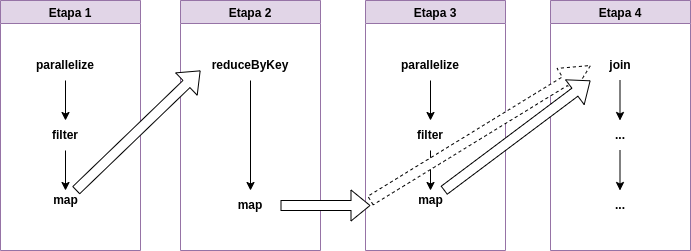
The draw.io diagram img/plan.png in MonikaJassova/monikajassova.github.io, before a commit. Source tidied: cells renumbered, new cells last; positions are measured from the earlier drawing's top-left corner, leaving out a move shared by most shapes. The source it was exported from:
```xml
<mxGraphModel>
  <root>
    <mxCell id="0" />
    <mxCell id="1" parent="0" />
    <mxCell id="2" value="Etapa 1" style="swimlane;fillColor=#e1d5e7;strokeColor=#9673a6;swimlaneFillColor=default;startSize=23;" parent="1" vertex="1">
      <mxGeometry width="140" height="250" as="geometry" />
    </mxCell>
    <mxCell id="3" style="edgeStyle=orthogonalEdgeStyle;rounded=0;jettySize=auto;html=1;entryX=0.5;entryY=0;entryDx=0;entryDy=0;" parent="2" edge="1" source="4" target="6">
      <mxGeometry relative="1" as="geometry" />
    </mxCell>
    <mxCell id="4" value="parallelize" style="text;html=1;strokeColor=none;fillColor=none;align=center;verticalAlign=middle;whiteSpace=wrap;rounded=0;fontStyle=1;" parent="2" vertex="1">
      <mxGeometry x="35" y="50" width="60" height="30" as="geometry" />
    </mxCell>
    <mxCell id="5" style="edgeStyle=orthogonalEdgeStyle;rounded=0;jettySize=auto;html=1;" parent="2" edge="1" source="6" target="7">
      <mxGeometry relative="1" as="geometry" />
    </mxCell>
    <mxCell id="6" value="filter" style="text;html=1;strokeColor=none;fillColor=none;align=center;verticalAlign=middle;whiteSpace=wrap;rounded=0;fontStyle=1;" parent="2" vertex="1">
      <mxGeometry x="35" y="120" width="60" height="30" as="geometry" />
    </mxCell>
    <mxCell id="7" value="map" style="text;html=1;align=center;verticalAlign=middle;points=[];strokeColor=none;fillColor=none;fontStyle=1;" parent="2" vertex="1">
      <mxGeometry x="45" y="190" width="40" height="20" as="geometry" />
    </mxCell>
    <mxCell id="8" value="Etapa 2" style="swimlane;fillColor=#e1d5e7;strokeColor=#9673a6;swimlaneFillColor=default;" parent="1" vertex="1">
      <mxGeometry x="180" width="140" height="250" as="geometry" />
    </mxCell>
    <mxCell id="9" style="edgeStyle=none;rounded=0;jettySize=auto;html=1;" parent="8" edge="1" source="10" target="11">
      <mxGeometry relative="1" as="geometry" />
    </mxCell>
    <mxCell id="10" value="reduceByKey" style="text;html=1;strokeColor=none;fillColor=none;align=center;verticalAlign=middle;whiteSpace=wrap;rounded=0;fontStyle=1;" parent="8" vertex="1">
      <mxGeometry x="40" y="50" width="60" height="30" as="geometry" />
    </mxCell>
    <mxCell id="11" value="map" style="text;html=1;strokeColor=none;fillColor=none;align=center;verticalAlign=middle;whiteSpace=wrap;rounded=0;fontStyle=1;" parent="8" vertex="1">
      <mxGeometry x="40" y="190" width="60" height="30" as="geometry" />
    </mxCell>
    <mxCell id="12" style="rounded=0;jettySize=auto;html=1;shape=flexArrow;strokeWidth=1;fillColor=default;" parent="1" edge="1" source="7">
      <mxGeometry relative="1" as="geometry">
        <mxPoint x="200" y="70" as="targetPoint" />
      </mxGeometry>
    </mxCell>
    <mxCell id="13" value="Etapa 4" style="swimlane;fillColor=#e1d5e7;strokeColor=#9673a6;fontFamily=Helvetica;labelBackgroundColor=none;labelBorderColor=none;gradientColor=none;swimlaneFillColor=default;swimlaneLine=1;" parent="1" vertex="1">
      <mxGeometry x="550" width="140" height="250" as="geometry" />
    </mxCell>
    <mxCell id="14" value="join" style="text;html=1;strokeColor=none;fillColor=none;align=center;verticalAlign=middle;whiteSpace=wrap;rounded=0;fontStyle=1;" parent="13" vertex="1">
      <mxGeometry x="40" y="50" width="60" height="30" as="geometry" />
    </mxCell>
    <mxCell id="15" style="edgeStyle=orthogonalEdgeStyle;rounded=0;orthogonalLoop=1;jettySize=auto;html=1;entryX=0.5;entryY=0;entryDx=0;entryDy=0;" parent="13" edge="1">
      <mxGeometry relative="1" as="geometry">
        <mxPoint x="69.5" y="80" as="sourcePoint" />
        <mxPoint x="69.5" y="120" as="targetPoint" />
      </mxGeometry>
    </mxCell>
    <mxCell id="16" style="edgeStyle=orthogonalEdgeStyle;rounded=0;orthogonalLoop=1;jettySize=auto;html=1;entryX=0.5;entryY=0;entryDx=0;entryDy=0;" parent="13" edge="1">
      <mxGeometry relative="1" as="geometry">
        <mxPoint x="69.5" y="150" as="sourcePoint" />
        <mxPoint x="69.5" y="190" as="targetPoint" />
      </mxGeometry>
    </mxCell>
    <mxCell id="17" value="..." style="text;html=1;strokeColor=none;fillColor=none;align=center;verticalAlign=middle;whiteSpace=wrap;rounded=0;fontStyle=1;" parent="13" vertex="1">
      <mxGeometry x="40" y="120" width="60" height="30" as="geometry" />
    </mxCell>
    <mxCell id="18" value="..." style="text;html=1;strokeColor=none;fillColor=none;align=center;verticalAlign=middle;whiteSpace=wrap;rounded=0;fontStyle=1;" parent="13" vertex="1">
      <mxGeometry x="40" y="190" width="60" height="30" as="geometry" />
    </mxCell>
    <mxCell id="19" value="Etapa 3" style="swimlane;fillColor=#e1d5e7;strokeColor=#9673a6;swimlaneFillColor=default;" parent="1" vertex="1">
      <mxGeometry x="365" width="140" height="250" as="geometry" />
    </mxCell>
    <mxCell id="20" style="edgeStyle=orthogonalEdgeStyle;rounded=0;jettySize=auto;html=1;entryX=0.5;entryY=0;entryDx=0;entryDy=0;" parent="19" edge="1" source="21" target="23">
      <mxGeometry relative="1" as="geometry" />
    </mxCell>
    <mxCell id="21" value="parallelize" style="text;html=1;strokeColor=none;fillColor=none;align=center;verticalAlign=middle;whiteSpace=wrap;rounded=0;fontStyle=1;" parent="19" vertex="1">
      <mxGeometry x="35" y="50" width="60" height="30" as="geometry" />
    </mxCell>
    <mxCell id="22" style="edgeStyle=orthogonalEdgeStyle;rounded=0;jettySize=auto;html=1;" parent="19" edge="1" source="23" target="24">
      <mxGeometry relative="1" as="geometry" />
    </mxCell>
    <mxCell id="23" value="filter" style="text;html=1;strokeColor=none;fillColor=none;align=center;verticalAlign=middle;whiteSpace=wrap;rounded=0;fontStyle=1;" parent="19" vertex="1">
      <mxGeometry x="35" y="120" width="60" height="30" as="geometry" />
    </mxCell>
    <mxCell id="24" value="map" style="text;html=1;align=center;verticalAlign=middle;points=[];strokeColor=none;fillColor=none;fontStyle=1;" parent="19" vertex="1">
      <mxGeometry x="45" y="190" width="40" height="20" as="geometry" />
    </mxCell>
    <mxCell id="25" style="edgeStyle=none;rounded=0;jettySize=auto;html=1;entryX=0;entryY=0.5;entryDx=0;entryDy=0;dashed=1;shape=arrow;fillColor=default;" parent="1" edge="1" target="14">
      <mxGeometry relative="1" as="geometry">
        <mxPoint x="370" y="200" as="sourcePoint" />
      </mxGeometry>
    </mxCell>
    <mxCell id="26" style="edgeStyle=none;rounded=0;jettySize=auto;html=1;entryX=0;entryY=1;entryDx=0;entryDy=0;shape=flexArrow;fillColor=default;" parent="1" edge="1" source="24" target="14">
      <mxGeometry relative="1" as="geometry" />
    </mxCell>
    <mxCell id="27" style="edgeStyle=none;rounded=0;jettySize=auto;html=1;strokeWidth=1;shadow=0;sketch=0;shape=flexArrow;fillColor=default;" parent="1" edge="1" source="11">
      <mxGeometry relative="1" as="geometry">
        <mxPoint x="370" y="205" as="targetPoint" />
      </mxGeometry>
    </mxCell>
  </root>
</mxGraphModel>
```
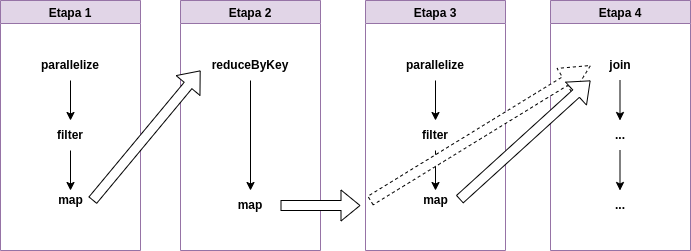
Later version of the same file.

Change to the diagram source:
```diff
@@ -9,16 +9,16 @@
       <mxGeometry relative="1" as="geometry" />
     </mxCell>
     <mxCell id="4" value="parallelize" style="text;html=1;strokeColor=none;fillColor=none;align=center;verticalAlign=middle;whiteSpace=wrap;rounded=0;fontStyle=1;" parent="2" vertex="1">
-      <mxGeometry x="35" y="50" width="60" height="30" as="geometry" />
+      <mxGeometry x="40" y="50" width="60" height="30" as="geometry" />
     </mxCell>
     <mxCell id="5" style="edgeStyle=orthogonalEdgeStyle;rounded=0;jettySize=auto;html=1;" parent="2" edge="1" source="6" target="7">
       <mxGeometry relative="1" as="geometry" />
     </mxCell>
     <mxCell id="6" value="filter" style="text;html=1;strokeColor=none;fillColor=none;align=center;verticalAlign=middle;whiteSpace=wrap;rounded=0;fontStyle=1;" parent="2" vertex="1">
-      <mxGeometry x="35" y="120" width="60" height="30" as="geometry" />
+      <mxGeometry x="40" y="120" width="60" height="30" as="geometry" />
     </mxCell>
     <mxCell id="7" value="map" style="text;html=1;align=center;verticalAlign=middle;points=[];strokeColor=none;fillColor=none;fontStyle=1;" parent="2" vertex="1">
-      <mxGeometry x="45" y="190" width="40" height="20" as="geometry" />
+      <mxGeometry x="50" y="190" width="40" height="20" as="geometry" />
     </mxCell>
     <mxCell id="8" value="Etapa 2" style="swimlane;fillColor=#e1d5e7;strokeColor=#9673a6;swimlaneFillColor=default;" parent="1" vertex="1">
       <mxGeometry x="180" width="140" height="250" as="geometry" />
@@ -32,7 +32,7 @@
     <mxCell id="11" value="map" style="text;html=1;strokeColor=none;fillColor=none;align=center;verticalAlign=middle;whiteSpace=wrap;rounded=0;fontStyle=1;" parent="8" vertex="1">
       <mxGeometry x="40" y="190" width="60" height="30" as="geometry" />
     </mxCell>
-    <mxCell id="12" style="rounded=0;jettySize=auto;html=1;shape=flexArrow;strokeWidth=1;fillColor=default;" parent="1" edge="1" source="7">
+    <mxCell id="12" style="rounded=0;jettySize=auto;html=1;shape=flexArrow;strokeWidth=1;fillColor=default;exitX=1.05;exitY=0.5;exitDx=0;exitDy=0;exitPerimeter=0;" parent="1" edge="1" source="7">
       <mxGeometry relative="1" as="geometry">
         <mxPoint x="200" y="70" as="targetPoint" />
       </mxGeometry>
@@ -68,28 +68,28 @@
       <mxGeometry relative="1" as="geometry" />
     </mxCell>
     <mxCell id="21" value="parallelize" style="text;html=1;strokeColor=none;fillColor=none;align=center;verticalAlign=middle;whiteSpace=wrap;rounded=0;fontStyle=1;" parent="19" vertex="1">
-      <mxGeometry x="35" y="50" width="60" height="30" as="geometry" />
+      <mxGeometry x="40" y="50" width="60" height="30" as="geometry" />
     </mxCell>
     <mxCell id="22" style="edgeStyle=orthogonalEdgeStyle;rounded=0;jettySize=auto;html=1;" parent="19" edge="1" source="23" target="24">
       <mxGeometry relative="1" as="geometry" />
     </mxCell>
     <mxCell id="23" value="filter" style="text;html=1;strokeColor=none;fillColor=none;align=center;verticalAlign=middle;whiteSpace=wrap;rounded=0;fontStyle=1;" parent="19" vertex="1">
-      <mxGeometry x="35" y="120" width="60" height="30" as="geometry" />
+      <mxGeometry x="40" y="120" width="60" height="30" as="geometry" />
     </mxCell>
     <mxCell id="24" value="map" style="text;html=1;align=center;verticalAlign=middle;points=[];strokeColor=none;fillColor=none;fontStyle=1;" parent="19" vertex="1">
-      <mxGeometry x="45" y="190" width="40" height="20" as="geometry" />
+      <mxGeometry x="50" y="190" width="40" height="20" as="geometry" />
     </mxCell>
     <mxCell id="25" style="edgeStyle=none;rounded=0;jettySize=auto;html=1;entryX=0;entryY=0.5;entryDx=0;entryDy=0;dashed=1;shape=arrow;fillColor=default;" parent="1" edge="1" target="14">
       <mxGeometry relative="1" as="geometry">
         <mxPoint x="370" y="200" as="sourcePoint" />
       </mxGeometry>
     </mxCell>
-    <mxCell id="26" style="edgeStyle=none;rounded=0;jettySize=auto;html=1;entryX=0;entryY=1;entryDx=0;entryDy=0;shape=flexArrow;fillColor=default;" parent="1" edge="1" source="24" target="14">
+    <mxCell id="26" style="edgeStyle=none;rounded=0;jettySize=auto;html=1;entryX=0;entryY=1;entryDx=0;entryDy=0;shape=flexArrow;fillColor=default;exitX=1.1;exitY=0.45;exitDx=0;exitDy=0;exitPerimeter=0;" parent="1" edge="1" source="24" target="14">
       <mxGeometry relative="1" as="geometry" />
     </mxCell>
     <mxCell id="27" style="edgeStyle=none;rounded=0;jettySize=auto;html=1;strokeWidth=1;shadow=0;sketch=0;shape=flexArrow;fillColor=default;" parent="1" edge="1" source="11">
       <mxGeometry relative="1" as="geometry">
-        <mxPoint x="370" y="205" as="targetPoint" />
+        <mxPoint x="360" y="205" as="targetPoint" />
       </mxGeometry>
     </mxCell>
   </root>
```
